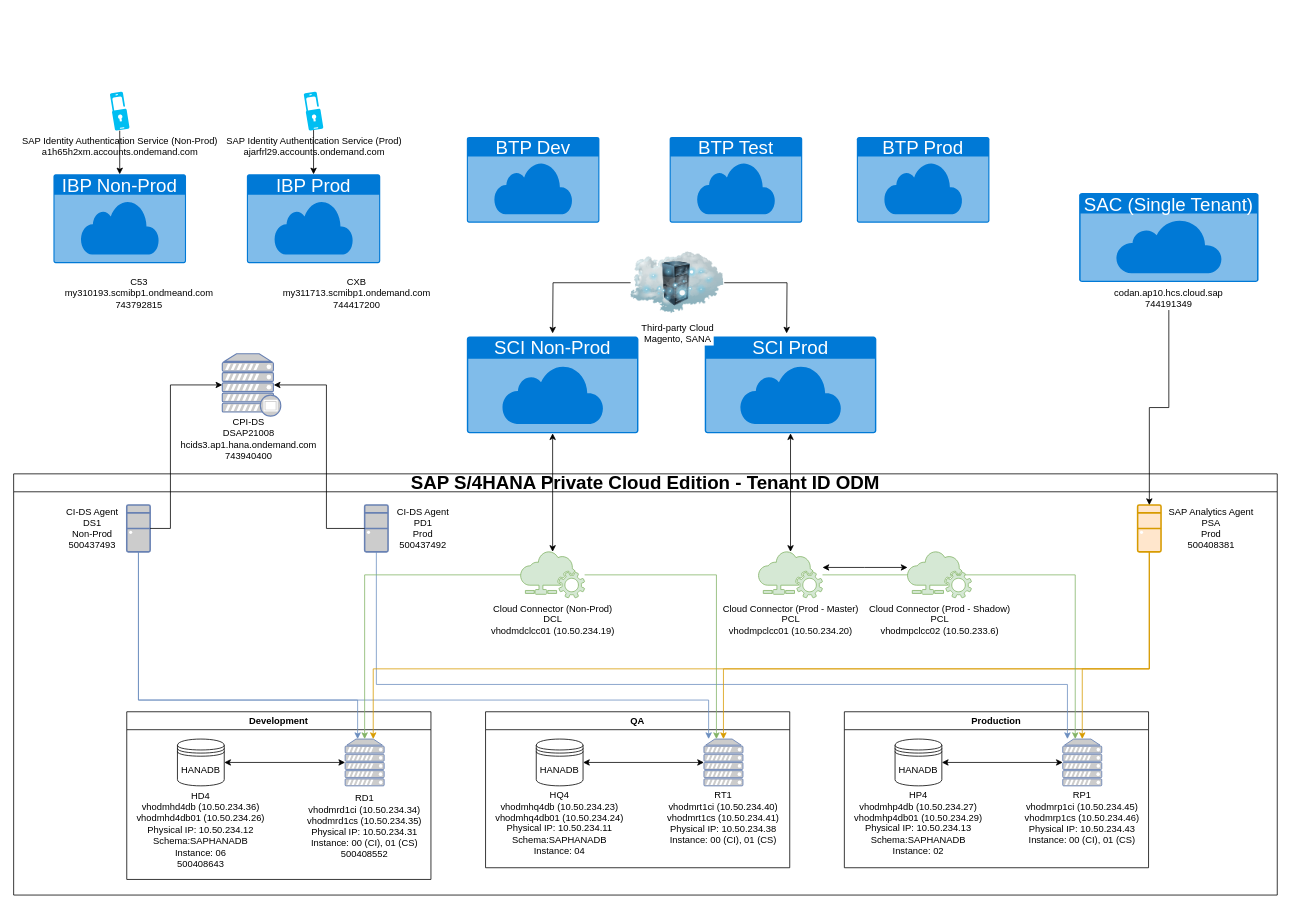
This is Network Landscape.drawio from acookoz/themanmountain.github.io, a draw.io file, before an edit. Source tidied: cells renumbered, new cells numbered last; positions are measured from the earlier drawing's top-left corner, leaving out a move shared by most shapes. Both pictures are drawn from the tidied source at 78%, with x=0, y=0 at pixel (13, 91).
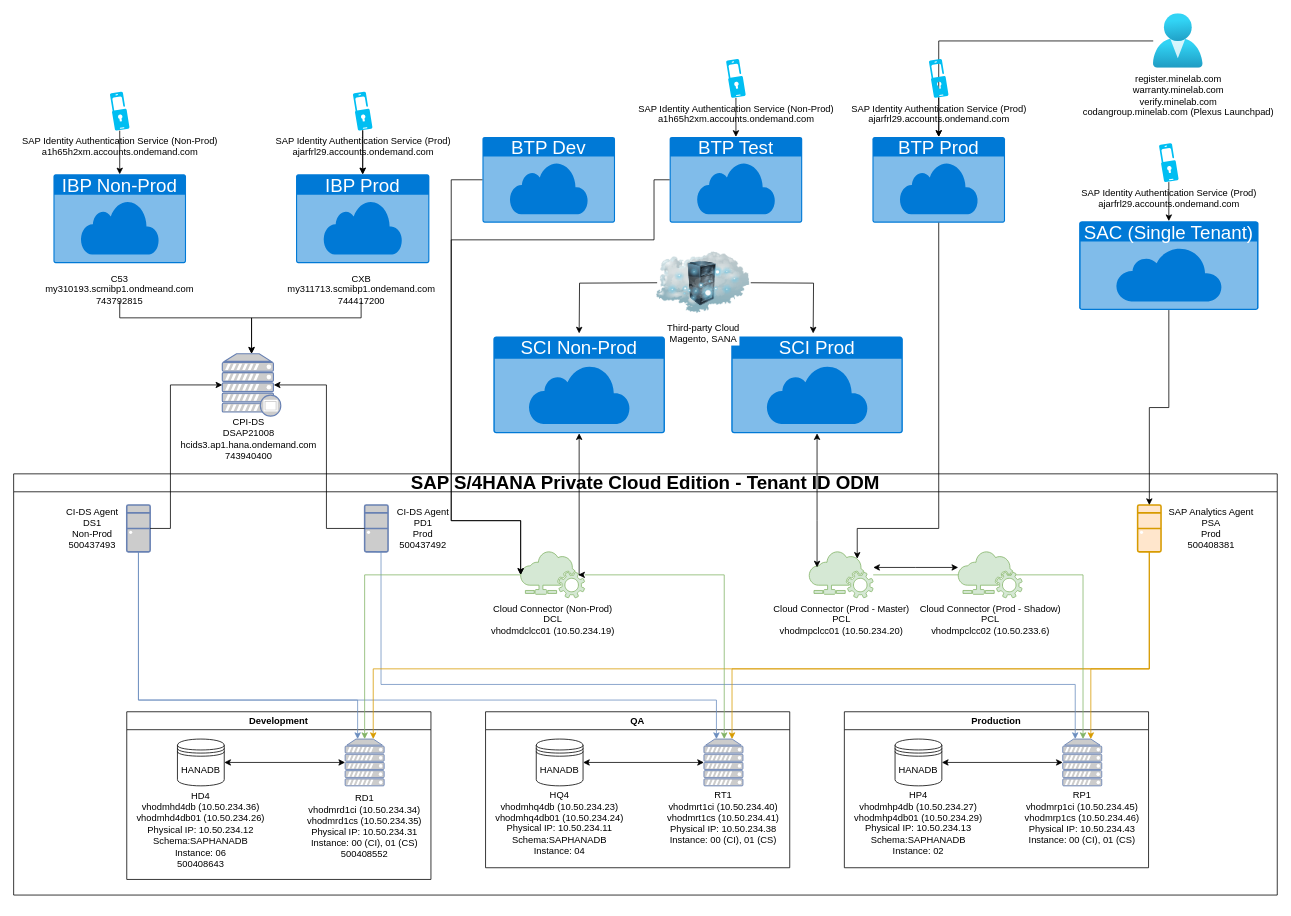
The same diagram, later.

The change refers to these unchanged cells:
```xml
<mxCell id="2" value="&lt;font style=&quot;font-size: 24px;&quot;&gt;SAP S/4HANA Private Cloud Edition - Tenant ID ODM&lt;/font&gt;" style="swimlane;whiteSpace=wrap;html=1;" parent="1" vertex="1">
  <mxGeometry y="490" width="1620" height="540" as="geometry" />
</mxCell>
<mxCell id="19" style="fontColor=#0066CC;verticalAlign=top;verticalLabelPosition=bottom;labelPosition=center;align=center;html=1;outlineConnect=0;fillColor=#CCCCCC;strokeColor=#6881B3;gradientColor=none;gradientDirection=north;strokeWidth=2;shape=mxgraph.networks.server;" parent="13" vertex="1">
  <mxGeometry x="290" y="35" width="50" height="60" as="geometry" />
</mxCell>
<mxCell id="27" style="fontColor=#0066CC;verticalAlign=top;verticalLabelPosition=bottom;labelPosition=center;align=center;html=1;outlineConnect=0;fillColor=#CCCCCC;strokeColor=#6881B3;gradientColor=none;gradientDirection=north;strokeWidth=2;shape=mxgraph.networks.server;" parent="21" vertex="1">
  <mxGeometry x="290" y="35" width="50" height="60" as="geometry" />
</mxCell>
<mxCell id="29" style="fontColor=#0066CC;verticalAlign=top;verticalLabelPosition=bottom;labelPosition=center;align=center;html=1;outlineConnect=0;fillColor=#CCCCCC;strokeColor=#6881B3;gradientColor=none;gradientDirection=north;strokeWidth=2;shape=mxgraph.networks.desktop_pc;" parent="2" vertex="1">
  <mxGeometry x="145" y="40" width="30" height="60" as="geometry" />
</mxCell>
<mxCell id="33" style="fontColor=#0066CC;verticalAlign=top;verticalLabelPosition=bottom;labelPosition=center;align=center;html=1;outlineConnect=0;fillColor=#CCCCCC;strokeColor=#6881B3;gradientColor=none;gradientDirection=north;strokeWidth=2;shape=mxgraph.networks.desktop_pc;" parent="2" vertex="1">
  <mxGeometry x="450" y="40" width="30" height="60" as="geometry" />
</mxCell>
<mxCell id="39" style="verticalAlign=top;verticalLabelPosition=bottom;labelPosition=center;align=center;html=1;outlineConnect=0;fillColor=#ffe6cc;strokeColor=#d79b00;gradientDirection=north;strokeWidth=2;shape=mxgraph.networks.desktop_pc;" parent="2" vertex="1">
  <mxGeometry x="1441" y="40" width="30" height="60" as="geometry" />
</mxCell>
<mxCell id="41" value="Cloud Connector (Non-Prod)&lt;div&gt;DCL&lt;/div&gt;&lt;div&gt;vhodmdclcc01 (10.50.234.19)&lt;/div&gt;&lt;div&gt;&lt;br&gt;&lt;/div&gt;" style="sketch=0;shadow=0;dashed=0;html=1;strokeColor=#82b366;labelPosition=center;verticalLabelPosition=bottom;verticalAlign=top;align=center;fillColor=#d5e8d4;shape=mxgraph.mscae.intune.intune_connector;" parent="2" vertex="1">
  <mxGeometry x="650" y="100" width="82" height="59" as="geometry" />
</mxCell>
<mxCell id="50" style="fontColor=#0066CC;verticalAlign=top;verticalLabelPosition=bottom;labelPosition=center;align=center;html=1;outlineConnect=0;fillColor=#CCCCCC;strokeColor=#6881B3;gradientColor=none;gradientDirection=north;strokeWidth=2;shape=mxgraph.networks.proxy_server;" parent="1" vertex="1">
  <mxGeometry x="267.5" y="336" width="75" height="80" as="geometry" />
</mxCell>
<mxCell id="66" value="&lt;font style=&quot;font-size: 24px;&quot;&gt;BTP Test&lt;/font&gt;" style="html=1;whiteSpace=wrap;strokeColor=none;fillColor=#0079D6;labelPosition=center;verticalLabelPosition=middle;verticalAlign=top;align=center;fontSize=12;outlineConnect=0;spacingTop=-6;fontColor=#FFFFFF;sketch=0;shape=mxgraph.sitemap.cloud;" parent="1" vertex="1">
  <mxGeometry x="841" y="58" width="170" height="110" as="geometry" />
</mxCell>
```

Change to the diagram source:
```diff
@@
     <mxCell id="32" style="edgeStyle=orthogonalEdgeStyle;rounded=0;jettySize=auto;html=1;endArrow=none;endFill=0;startArrow=classic;startFill=1;entryX=0.5;entryY=1;entryDx=0;entryDy=0;entryPerimeter=0;fillColor=#dae8fc;strokeColor=#6c8ebf;" parent="2" edge="1" source="19" target="29">
       <mxGeometry relative="1" as="geometry">
         <Array as="points">
-          <mxPoint x="891" y="290" />
+          <mxPoint x="901" y="290" />
           <mxPoint x="160" y="290" />
         </Array>
       </mxGeometry>
     </mxCell>
@@
     <mxCell id="35" style="edgeStyle=orthogonalEdgeStyle;rounded=0;jettySize=auto;html=1;exitX=0.5;exitY=1;exitDx=0;exitDy=0;exitPerimeter=0;fillColor=#dae8fc;strokeColor=#6c8ebf;" parent="2" edge="1" source="33" target="27">
       <mxGeometry relative="1" as="geometry">
         <Array as="points">
-          <mxPoint x="465" y="270" />
-          <mxPoint x="1351" y="270" />
+          <mxPoint x="471" y="100" />
+          <mxPoint x="471" y="270" />
+          <mxPoint x="1361" y="270" />
         </Array>
       </mxGeometry>
     </mxCell>
     <mxCell id="36" style="edgeStyle=orthogonalEdgeStyle;rounded=0;jettySize=auto;html=1;exitX=0.5;exitY=1;exitDx=0;exitDy=0;exitPerimeter=0;fillColor=#ffe6cc;strokeColor=#d79b00;" parent="2" edge="1" source="39" target="27">
       <mxGeometry relative="1" as="geometry">
         <Array as="points">
           <mxPoint x="1456" y="250" />
-          <mxPoint x="1370" y="250" />
+          <mxPoint x="1381" y="250" />
         </Array>
       </mxGeometry>
     </mxCell>
     <mxCell id="37" style="edgeStyle=orthogonalEdgeStyle;rounded=0;jettySize=auto;html=1;fillColor=#ffe6cc;strokeColor=#d79b00;" parent="2" edge="1" source="39" target="19">
       <mxGeometry relative="1" as="geometry">
         <Array as="points">
           <mxPoint x="1456" y="250" />
-          <mxPoint x="910" y="250" />
+          <mxPoint x="921" y="250" />
         </Array>
       </mxGeometry>
     </mxCell>
@@
     <mxCell id="43" style="edgeStyle=orthogonalEdgeStyle;rounded=0;jettySize=auto;html=1;fillColor=#d5e8d4;strokeColor=#82b366;" parent="2" edge="1" source="41" target="19">
       <mxGeometry relative="1" as="geometry">
         <Array as="points">
-          <mxPoint x="901" y="130" />
+          <mxPoint x="911" y="130" />
         </Array>
       </mxGeometry>
     </mxCell>
     <mxCell id="44" style="edgeStyle=orthogonalEdgeStyle;rounded=0;jettySize=auto;html=1;startArrow=classic;startFill=1;" parent="2" edge="1" source="46" target="47">
       <mxGeometry relative="1" as="geometry">
         <Array as="points">
-          <mxPoint x="1091" y="120" />
-          <mxPoint x="1091" y="120" />
+          <mxPoint x="1156" y="120" />
+          <mxPoint x="1156" y="120" />
         </Array>
       </mxGeometry>
     </mxCell>
     <mxCell id="45" style="edgeStyle=orthogonalEdgeStyle;rounded=0;jettySize=auto;html=1;fillColor=#d5e8d4;strokeColor=#82b366;" parent="2" edge="1" source="46" target="27">
       <mxGeometry relative="1" as="geometry">
         <Array as="points">
-          <mxPoint x="1361" y="130" />
+          <mxPoint x="1371" y="130" />
         </Array>
       </mxGeometry>
     </mxCell>
     <mxCell id="46" value="Cloud Connector (Prod - Master)&lt;div&gt;PCL&lt;/div&gt;&lt;div&gt;vhodmpclcc01 (10.50.234.20)&lt;/div&gt;&lt;div&gt;&lt;br&gt;&lt;/div&gt;" style="sketch=0;shadow=0;dashed=0;html=1;strokeColor=#82b366;labelPosition=center;verticalLabelPosition=bottom;verticalAlign=top;align=center;fillColor=#d5e8d4;shape=mxgraph.mscae.intune.intune_connector;" parent="2" vertex="1">
-      <mxGeometry x="955" y="100" width="82" height="59" as="geometry" />
+      <mxGeometry x="1020" y="100" width="82" height="59" as="geometry" />
     </mxCell>
     <mxCell id="47" value="Cloud Connector (Prod - Shadow)&lt;div&gt;PCL&lt;/div&gt;&lt;div&gt;vhodmpclcc02 (10.50.233.6)&lt;/div&gt;&lt;div&gt;&lt;br&gt;&lt;/div&gt;" style="sketch=0;shadow=0;dashed=0;html=1;strokeColor=#82b366;labelPosition=center;verticalLabelPosition=bottom;verticalAlign=top;align=center;fillColor=#d5e8d4;shape=mxgraph.mscae.intune.intune_connector;" parent="2" vertex="1">
-      <mxGeometry x="1146" y="100" width="82" height="59" as="geometry" />
+      <mxGeometry x="1211" y="100" width="82" height="59" as="geometry" />
     </mxCell>
@@
+    <mxCell id="73" style="edgeStyle=orthogonalEdgeStyle;rounded=0;jettySize=auto;html=1;" parent="1" edge="1" source="49" target="50">
+      <mxGeometry relative="1" as="geometry">
+        <Array as="points">
+          <mxPoint x="136" y="290" />
+          <mxPoint x="305" y="290" />
+        </Array>
+      </mxGeometry>
+    </mxCell>
     <mxCell id="49" value="&lt;div&gt;C53&lt;/div&gt;my310193.scmibp1.ondmeand.com&lt;div&gt;743792815&lt;/div&gt;" style="text;html=1;align=center;verticalAlign=middle;whiteSpace=wrap;rounded=0;" parent="1" vertex="1">
-      <mxGeometry x="131" y="244" width="60" height="30" as="geometry" />
+      <mxGeometry x="106" y="239" width="60" height="30" as="geometry" />
     </mxCell>
@@
     <mxCell id="54" value="&lt;font style=&quot;font-size: 24px;&quot;&gt;IBP Prod&lt;/font&gt;" style="html=1;whiteSpace=wrap;strokeColor=none;fillColor=#0079D6;labelPosition=center;verticalLabelPosition=middle;verticalAlign=top;align=center;fontSize=12;outlineConnect=0;spacingTop=-6;fontColor=#FFFFFF;sketch=0;shape=mxgraph.sitemap.cloud;" parent="1" vertex="1">
-      <mxGeometry x="299" y="106" width="171" height="114" as="geometry" />
+      <mxGeometry x="362" y="106" width="171" height="114" as="geometry" />
     </mxCell>
     <mxCell id="55" value="&lt;div&gt;CXB&lt;/div&gt;my311713.scmibp1.ondemand.com&lt;br&gt;&lt;div&gt;744417200&lt;/div&gt;" style="text;html=1;align=center;verticalAlign=middle;whiteSpace=wrap;rounded=0;" parent="1" vertex="1">
-      <mxGeometry x="410" y="244" width="60" height="30" as="geometry" />
+      <mxGeometry x="415.5" y="239" width="60" height="30" as="geometry" />
     </mxCell>
@@
+    <mxCell id="74" style="edgeStyle=orthogonalEdgeStyle;rounded=0;jettySize=auto;html=1;" parent="1" edge="1" source="57" target="54">
+      <mxGeometry relative="1" as="geometry" />
+    </mxCell>
     <mxCell id="57" value="SAP Identity Authentication Service (Prod)&lt;div&gt;ajarfrl29.accounts.ondemand.com&lt;/div&gt;" style="verticalLabelPosition=bottom;html=1;verticalAlign=top;align=center;strokeColor=none;fillColor=#00BEF2;shape=mxgraph.azure.multi_factor_authentication;" parent="1" vertex="1">
-      <mxGeometry x="372" width="25" height="50" as="geometry" />
+      <mxGeometry x="435" width="25" height="50" as="geometry" />
     </mxCell>
@@
     <mxCell id="61" value="&lt;font style=&quot;font-size: 24px;&quot;&gt;SAC (Single Tenant)&lt;/font&gt;" style="html=1;whiteSpace=wrap;strokeColor=none;fillColor=#0079D6;labelPosition=center;verticalLabelPosition=middle;verticalAlign=top;align=center;fontSize=12;outlineConnect=0;spacingTop=-6;fontColor=#FFFFFF;sketch=0;shape=mxgraph.sitemap.cloud;" parent="1" vertex="1">
-      <mxGeometry x="1366" y="130" width="230" height="114" as="geometry" />
+      <mxGeometry x="1366" y="166" width="230" height="114" as="geometry" />
     </mxCell>
     <mxCell id="62" value="&lt;font style=&quot;font-size: 24px;&quot;&gt;SCI Non-Prod&lt;/font&gt;" style="html=1;whiteSpace=wrap;strokeColor=none;fillColor=#0079D6;labelPosition=center;verticalLabelPosition=middle;verticalAlign=top;align=center;fontSize=12;outlineConnect=0;spacingTop=-6;fontColor=#FFFFFF;sketch=0;shape=mxgraph.sitemap.cloud;" parent="1" vertex="1">
-      <mxGeometry x="581" y="314" width="220" height="124" as="geometry" />
+      <mxGeometry x="615" y="314" width="220" height="124" as="geometry" />
     </mxCell>
-    <mxCell id="63" style="edgeStyle=orthogonalEdgeStyle;rounded=0;jettySize=auto;html=1;startArrow=classic;startFill=1;" parent="1" edge="1" source="64" target="46">
-      <mxGeometry relative="1" as="geometry" />
+    <mxCell id="63" style="edgeStyle=orthogonalEdgeStyle;rounded=0;jettySize=auto;html=1;startArrow=classic;startFill=1;" parent="1" edge="1" source="64">
+      <mxGeometry relative="1" as="geometry">
+        <mxPoint x="1030" y="610" as="targetPoint" />
+        <Array as="points">
+          <mxPoint x="1030" y="550" />
+          <mxPoint x="1030" y="550" />
+        </Array>
+      </mxGeometry>
     </mxCell>
     <mxCell id="64" value="&lt;font style=&quot;font-size: 24px;&quot;&gt;SCI Prod&lt;/font&gt;" style="html=1;whiteSpace=wrap;strokeColor=none;fillColor=#0079D6;labelPosition=center;verticalLabelPosition=middle;verticalAlign=top;align=center;fontSize=12;outlineConnect=0;spacingTop=-6;fontColor=#FFFFFF;sketch=0;shape=mxgraph.sitemap.cloud;" parent="1" vertex="1">
-      <mxGeometry x="886" y="314" width="220" height="124" as="geometry" />
+      <mxGeometry x="920" y="314" width="220" height="124" as="geometry" />
     </mxCell>
     <mxCell id="65" value="&lt;font style=&quot;font-size: 24px;&quot;&gt;BTP Dev&lt;/font&gt;" style="html=1;whiteSpace=wrap;strokeColor=none;fillColor=#0079D6;labelPosition=center;verticalLabelPosition=middle;verticalAlign=top;align=center;fontSize=12;outlineConnect=0;spacingTop=-6;fontColor=#FFFFFF;sketch=0;shape=mxgraph.sitemap.cloud;" parent="1" vertex="1">
-      <mxGeometry x="581" y="58" width="170" height="110" as="geometry" />
+      <mxGeometry x="601" y="58" width="170" height="110" as="geometry" />
     </mxCell>
@@
     <mxCell id="67" value="&lt;font style=&quot;font-size: 24px;&quot;&gt;BTP Prod&lt;/font&gt;" style="html=1;whiteSpace=wrap;strokeColor=none;fillColor=#0079D6;labelPosition=center;verticalLabelPosition=middle;verticalAlign=top;align=center;fontSize=12;outlineConnect=0;spacingTop=-6;fontColor=#FFFFFF;sketch=0;shape=mxgraph.sitemap.cloud;" parent="1" vertex="1">
-      <mxGeometry x="1081" y="58" width="170" height="110" as="geometry" />
+      <mxGeometry x="1101" y="58" width="170" height="110" as="geometry" />
     </mxCell>
@@
-    <mxCell id="69" style="edgeStyle=orthogonalEdgeStyle;rounded=0;jettySize=auto;html=1;startArrow=classic;startFill=1;" parent="1" edge="1" source="62" target="41">
-      <mxGeometry relative="1" as="geometry" />
+    <mxCell id="69" style="edgeStyle=orthogonalEdgeStyle;rounded=0;jettySize=auto;html=1;startArrow=classic;startFill=1;entryX=0.9;entryY=0.5;entryDx=0;entryDy=0;entryPerimeter=0;" parent="1" edge="1" source="62" target="41">
+      <mxGeometry relative="1" as="geometry">
+        <Array as="points">
+          <mxPoint x="725" y="620" />
+        </Array>
+      </mxGeometry>
     </mxCell>
-    <mxCell id="70" style="edgeStyle=orthogonalEdgeStyle;rounded=0;jettySize=auto;html=1;" parent="1" edge="1" source="72">
+    <mxCell id="70" style="edgeStyle=orthogonalEdgeStyle;rounded=0;orthogonalLoop=1;jettySize=auto;html=1;" parent="1" edge="1">
       <mxGeometry relative="1" as="geometry">
-        <mxPoint x="691" y="310" as="targetPoint" />
+        <mxPoint x="825" y="245" as="sourcePoint" />
+        <mxPoint x="725" y="310" as="targetPoint" />
       </mxGeometry>
     </mxCell>
-    <mxCell id="71" style="edgeStyle=orthogonalEdgeStyle;rounded=0;jettySize=auto;html=1;" parent="1" edge="1" source="72">
+    <mxCell id="71" style="edgeStyle=orthogonalEdgeStyle;rounded=0;orthogonalLoop=1;jettySize=auto;html=1;" parent="1" edge="1">
       <mxGeometry relative="1" as="geometry">
-        <mxPoint x="991" y="310" as="targetPoint" />
+        <mxPoint x="945" y="245" as="sourcePoint" />
+        <mxPoint x="1025" y="310" as="targetPoint" />
       </mxGeometry>
     </mxCell>
     <mxCell id="72" value="Third-party Cloud&lt;br&gt;Magento, SANA" style="image;html=1;image=img/lib/clip_art/networking/Cloud_Rack_128x128.png;" parent="1" vertex="1">
-      <mxGeometry x="791" y="200" width="120" height="90" as="geometry" />
+      <mxGeometry x="824" y="200" width="120" height="90" as="geometry" />
     </mxCell>
+    <mxCell id="75" style="edgeStyle=orthogonalEdgeStyle;rounded=0;jettySize=auto;html=1;entryX=0.5;entryY=0;entryDx=0;entryDy=0;entryPerimeter=0;" parent="1" edge="1" source="55" target="50">
+      <mxGeometry relative="1" as="geometry">
+        <Array as="points">
+          <mxPoint x="446" y="290" />
+          <mxPoint x="305" y="290" />
+        </Array>
+      </mxGeometry>
+    </mxCell>
+    <mxCell id="76" value="SAP Identity Authentication Service (Non-Prod)&lt;div&gt;a1h65h2xm.accounts.ondemand.com&lt;/div&gt;" style="verticalLabelPosition=bottom;html=1;verticalAlign=top;align=center;strokeColor=none;fillColor=#00BEF2;shape=mxgraph.azure.multi_factor_authentication;" parent="1" vertex="1">
+      <mxGeometry x="913.5" y="-42" width="25" height="50" as="geometry" />
+    </mxCell>
+    <mxCell id="77" style="edgeStyle=orthogonalEdgeStyle;rounded=0;jettySize=auto;html=1;entryX=0.5;entryY=0;entryDx=0;entryDy=0;entryPerimeter=0;" parent="1" edge="1" source="76" target="66">
+      <mxGeometry relative="1" as="geometry" />
+    </mxCell>
+    <mxCell id="78" style="edgeStyle=orthogonalEdgeStyle;rounded=0;jettySize=auto;html=1;entryX=0.5;entryY=0;entryDx=0;entryDy=0;entryPerimeter=0;" parent="1" edge="1" source="86" target="67">
+      <mxGeometry relative="1" as="geometry" />
+    </mxCell>
+    <mxCell id="79" style="edgeStyle=orthogonalEdgeStyle;rounded=0;jettySize=auto;html=1;entryX=0;entryY=0.5;entryDx=0;entryDy=0;entryPerimeter=0;" parent="1" edge="1" source="65" target="41">
+      <mxGeometry relative="1" as="geometry">
+        <Array as="points">
+          <mxPoint x="561" y="113" />
+          <mxPoint x="561" y="550" />
+          <mxPoint x="650" y="550" />
+        </Array>
+      </mxGeometry>
+    </mxCell>
+    <mxCell id="80" style="edgeStyle=orthogonalEdgeStyle;rounded=0;jettySize=auto;html=1;exitX=0;exitY=0.5;exitDx=0;exitDy=0;exitPerimeter=0;entryX=0;entryY=0.5;entryDx=0;entryDy=0;entryPerimeter=0;" parent="1" edge="1" source="66" target="41">
+      <mxGeometry relative="1" as="geometry">
+        <Array as="points">
+          <mxPoint x="821" y="113" />
+          <mxPoint x="821" y="190" />
+          <mxPoint x="561" y="190" />
+          <mxPoint x="561" y="550" />
+          <mxPoint x="650" y="550" />
+        </Array>
+      </mxGeometry>
+    </mxCell>
+    <mxCell id="81" value="SAP Identity Authentication Service (Prod)&lt;div&gt;ajarfrl29.accounts.ondemand.com&lt;/div&gt;" style="verticalLabelPosition=bottom;html=1;verticalAlign=top;align=center;strokeColor=none;fillColor=#00BEF2;shape=mxgraph.azure.multi_factor_authentication;" parent="1" vertex="1">
+      <mxGeometry x="1468.5" y="66" width="25" height="50" as="geometry" />
+    </mxCell>
+    <mxCell id="82" style="edgeStyle=orthogonalEdgeStyle;rounded=0;jettySize=auto;html=1;entryX=0.5;entryY=0;entryDx=0;entryDy=0;entryPerimeter=0;" parent="1" edge="1" source="81" target="61">
+      <mxGeometry relative="1" as="geometry" />
+    </mxCell>
+    <mxCell id="83" style="edgeStyle=orthogonalEdgeStyle;rounded=0;jettySize=auto;html=1;entryX=0.75;entryY=0.15;entryDx=0;entryDy=0;entryPerimeter=0;" parent="1" edge="1" source="67" target="46">
+      <mxGeometry relative="1" as="geometry">
+        <Array as="points">
+          <mxPoint x="1186" y="560" />
+          <mxPoint x="1082" y="560" />
+        </Array>
+      </mxGeometry>
+    </mxCell>
+    <mxCell id="84" value="register.minelab.com&lt;div&gt;warranty.minelab.com&lt;/div&gt;&lt;div&gt;verify.minelab.com&lt;/div&gt;&lt;div&gt;codangroup.minelab.com (Plexus Launchpad)&lt;/div&gt;&lt;div&gt;&lt;br&gt;&lt;/div&gt;" style="image;html=1;points=[];align=center;fontSize=12;image=img/lib/azure2/identity/Users.svg;" parent="1" vertex="1">
+      <mxGeometry x="1461" y="-100" width="64" height="70" as="geometry" />
+    </mxCell>
+    <mxCell id="85" style="edgeStyle=orthogonalEdgeStyle;rounded=0;jettySize=auto;html=1;entryX=0.5;entryY=0;entryDx=0;entryDy=0;entryPerimeter=0;" parent="1" edge="1" source="84" target="67">
+      <mxGeometry relative="1" as="geometry" />
+    </mxCell>
+    <mxCell id="86" value="SAP Identity Authentication Service (Prod)&lt;div&gt;ajarfrl29.accounts.ondemand.com&lt;/div&gt;" style="verticalLabelPosition=bottom;html=1;verticalAlign=top;align=center;strokeColor=none;fillColor=#00BEF2;shape=mxgraph.azure.multi_factor_authentication;" parent="1" vertex="1">
+      <mxGeometry x="1173.5" y="-42" width="25" height="50" as="geometry" />
+    </mxCell>
```
